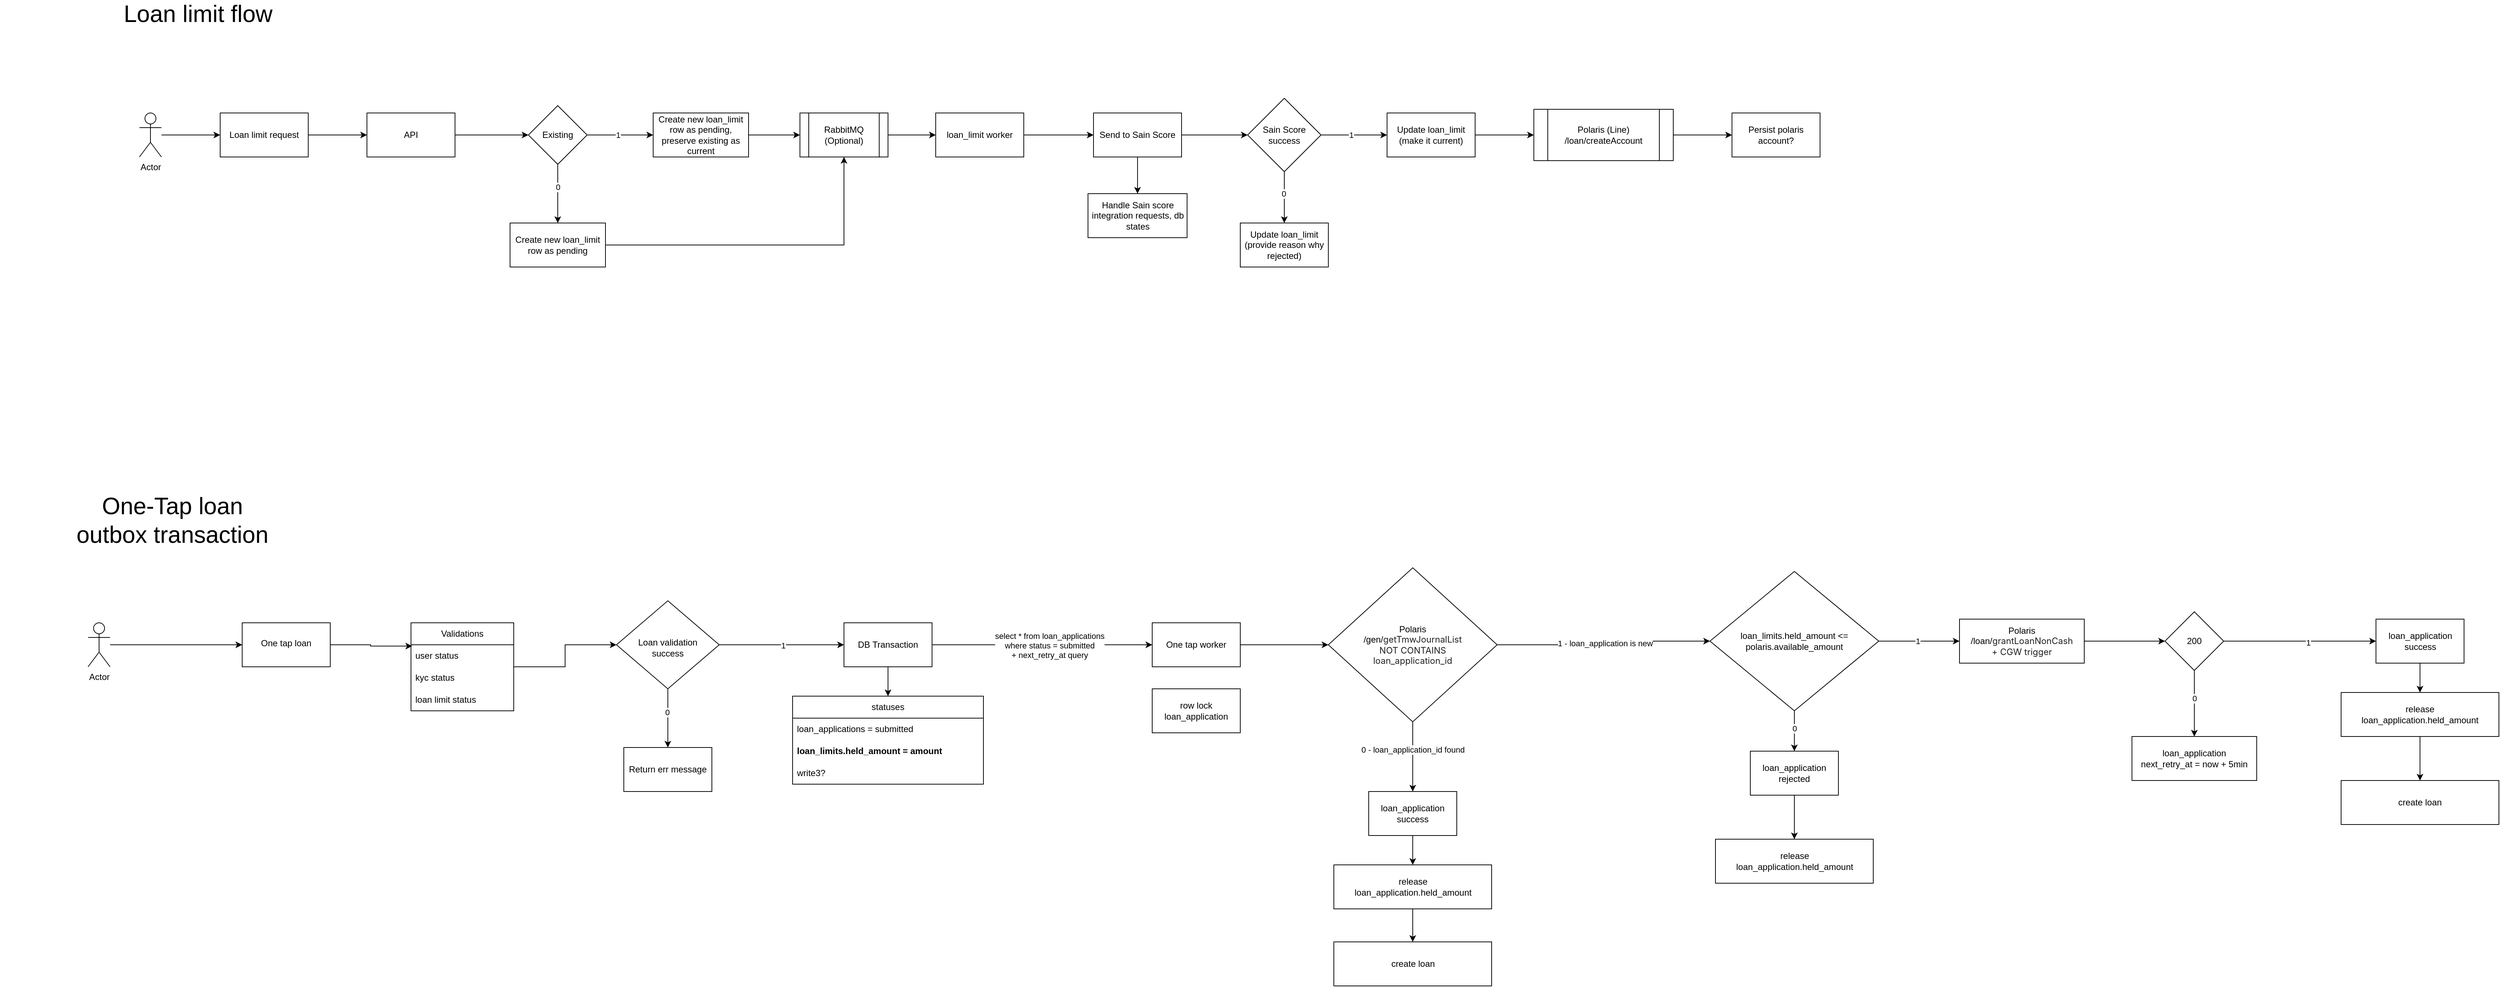
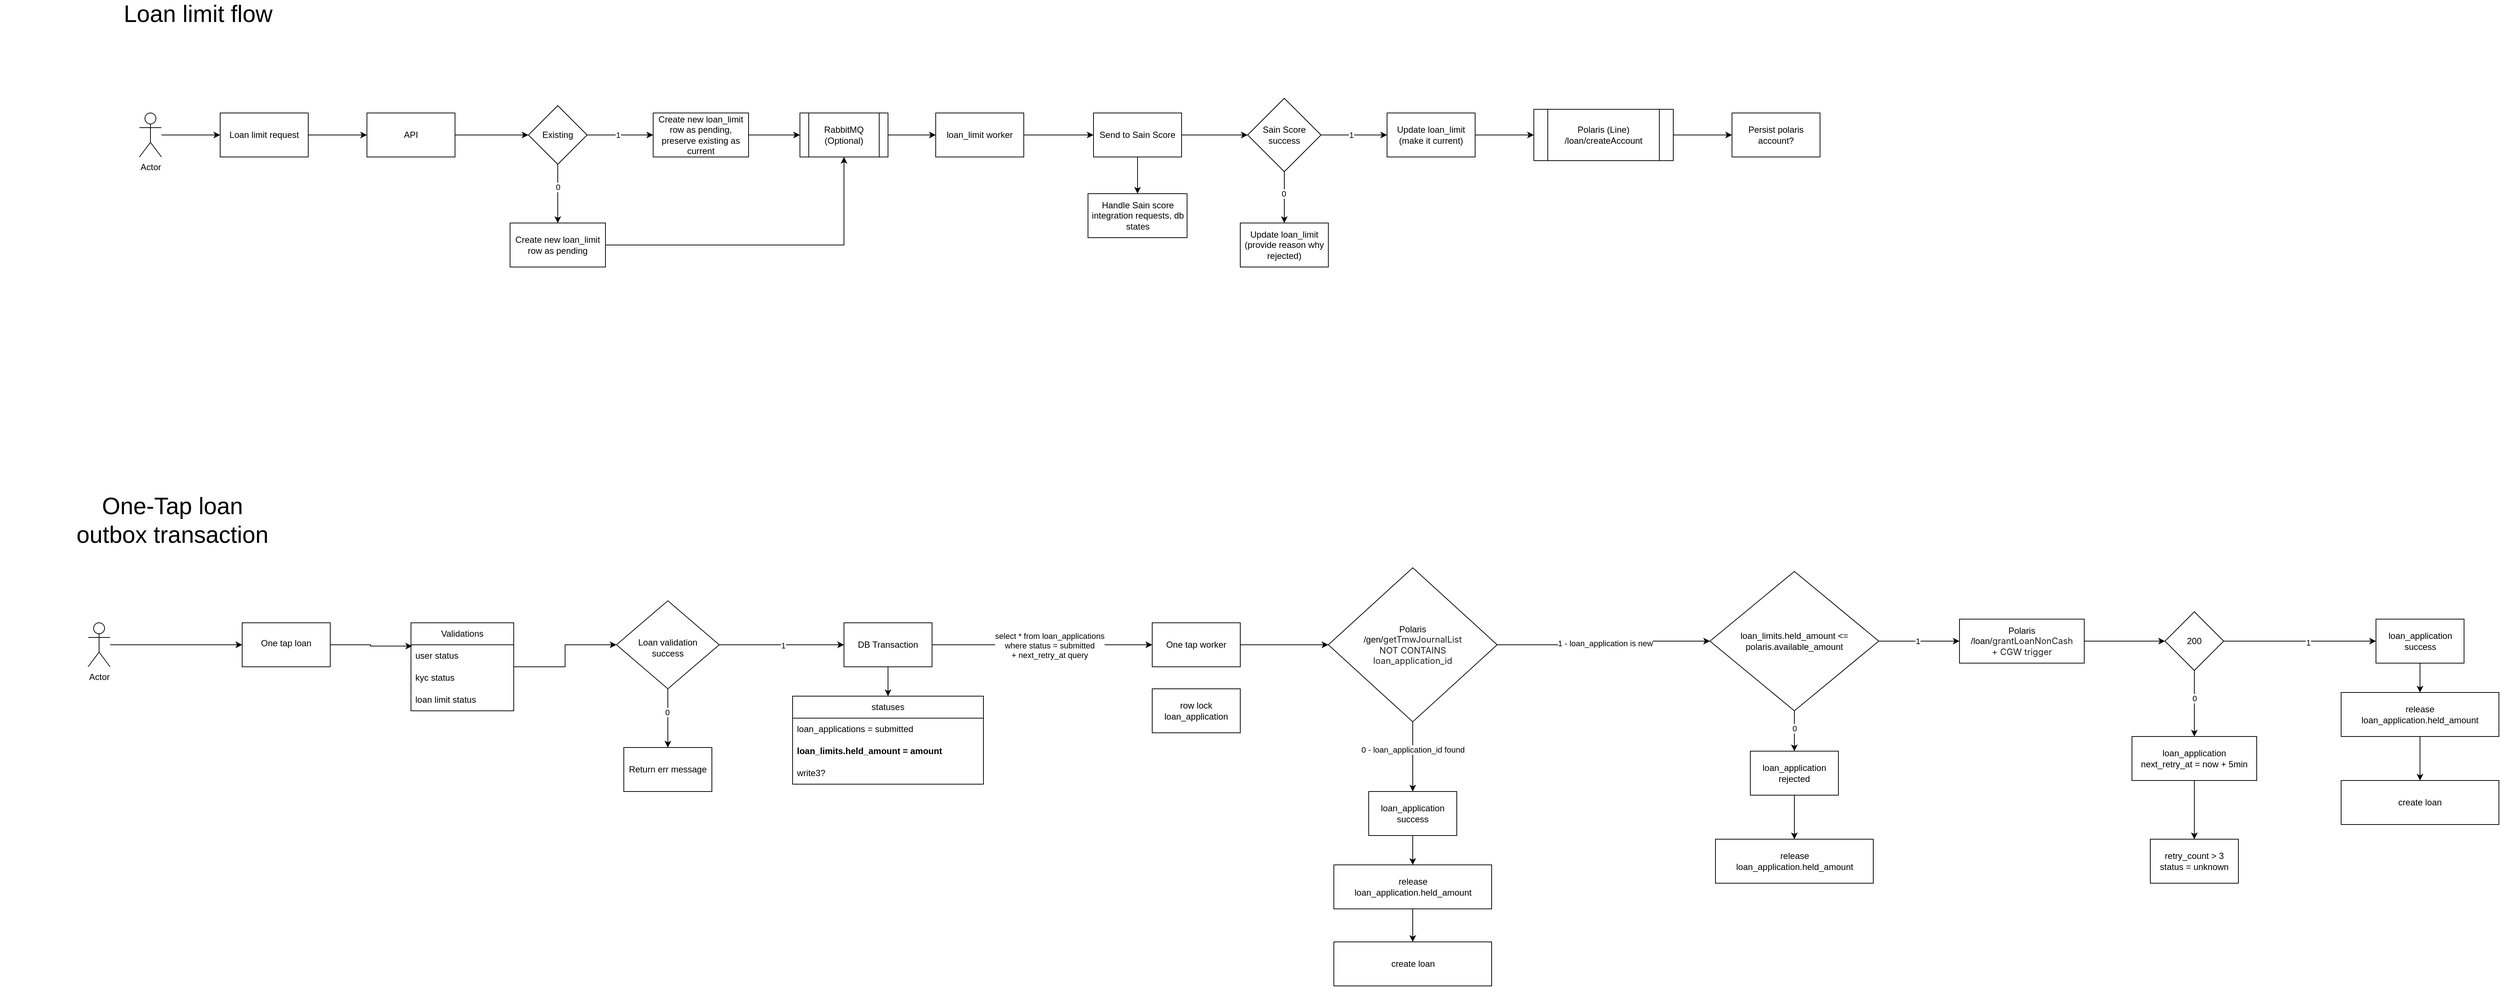
<mxfile host="app.diagrams.net">
  <diagram name="Page-1" id="VCBSuIh8bz7kurrQ0Zaz">
    <mxGraphModel dx="2425" dy="921" grid="1" gridSize="10" guides="1" tooltips="1" connect="1" arrows="1" fold="1" page="1" pageScale="1" pageWidth="850" pageHeight="1100" math="0" shadow="0">
      <root>
        <mxCell id="0" />
        <mxCell id="1" parent="0" />
        <mxCell id="KqixbsF9o6dLofBvsG9t-5" edge="1" parent="1" source="KqixbsF9o6dLofBvsG9t-1" style="edgeStyle=orthogonalEdgeStyle;rounded=0;orthogonalLoop=1;jettySize=auto;html=1;" target="KqixbsF9o6dLofBvsG9t-4" value="">
          <mxGeometry relative="1" as="geometry" />
        </mxCell>
        <mxCell id="KqixbsF9o6dLofBvsG9t-1" parent="1" style="rounded=0;whiteSpace=wrap;html=1;" value="Loan limit request" vertex="1">
          <mxGeometry height="60" width="120" x="150" y="210" as="geometry" />
        </mxCell>
        <mxCell id="KqixbsF9o6dLofBvsG9t-3" edge="1" parent="1" source="KqixbsF9o6dLofBvsG9t-2" style="edgeStyle=orthogonalEdgeStyle;rounded=0;orthogonalLoop=1;jettySize=auto;html=1;" target="KqixbsF9o6dLofBvsG9t-1" value="">
          <mxGeometry relative="1" as="geometry" />
        </mxCell>
        <mxCell id="KqixbsF9o6dLofBvsG9t-2" parent="1" style="shape=umlActor;verticalLabelPosition=bottom;verticalAlign=top;html=1;outlineConnect=0;" value="Actor" vertex="1">
          <mxGeometry height="60" width="30" x="40" y="210" as="geometry" />
        </mxCell>
        <mxCell id="KqixbsF9o6dLofBvsG9t-9" edge="1" parent="1" source="KqixbsF9o6dLofBvsG9t-4" style="edgeStyle=orthogonalEdgeStyle;rounded=0;orthogonalLoop=1;jettySize=auto;html=1;" target="KqixbsF9o6dLofBvsG9t-8" value="">
          <mxGeometry relative="1" as="geometry" />
        </mxCell>
        <mxCell id="KqixbsF9o6dLofBvsG9t-4" parent="1" style="rounded=0;whiteSpace=wrap;html=1;" value="API" vertex="1">
          <mxGeometry height="60" width="120" x="350" y="210" as="geometry" />
        </mxCell>
        <mxCell id="KqixbsF9o6dLofBvsG9t-11" edge="1" parent="1" source="KqixbsF9o6dLofBvsG9t-8" style="edgeStyle=orthogonalEdgeStyle;rounded=0;orthogonalLoop=1;jettySize=auto;html=1;" target="KqixbsF9o6dLofBvsG9t-10" value="">
          <mxGeometry relative="1" as="geometry" />
        </mxCell>
        <mxCell id="KqixbsF9o6dLofBvsG9t-12" connectable="0" parent="KqixbsF9o6dLofBvsG9t-11" style="edgeLabel;html=1;align=center;verticalAlign=middle;resizable=0;points=[];" value="1" vertex="1">
          <mxGeometry relative="1" x="-0.079" as="geometry">
            <mxPoint as="offset" />
          </mxGeometry>
        </mxCell>
        <mxCell id="KqixbsF9o6dLofBvsG9t-14" edge="1" parent="1" source="KqixbsF9o6dLofBvsG9t-8" style="edgeStyle=orthogonalEdgeStyle;rounded=0;orthogonalLoop=1;jettySize=auto;html=1;" target="KqixbsF9o6dLofBvsG9t-13" value="">
          <mxGeometry relative="1" as="geometry" />
        </mxCell>
        <mxCell id="KqixbsF9o6dLofBvsG9t-15" connectable="0" parent="KqixbsF9o6dLofBvsG9t-14" style="edgeLabel;html=1;align=center;verticalAlign=middle;resizable=0;points=[];" value="0" vertex="1">
          <mxGeometry relative="1" x="-0.2407" as="geometry">
            <mxPoint as="offset" />
          </mxGeometry>
        </mxCell>
        <mxCell id="KqixbsF9o6dLofBvsG9t-8" parent="1" style="rhombus;whiteSpace=wrap;html=1;rounded=0;" value="Existing" vertex="1">
          <mxGeometry height="80" width="80" x="570" y="200" as="geometry" />
        </mxCell>
        <mxCell id="KqixbsF9o6dLofBvsG9t-23" edge="1" parent="1" source="KqixbsF9o6dLofBvsG9t-10" style="edgeStyle=orthogonalEdgeStyle;rounded=0;orthogonalLoop=1;jettySize=auto;html=1;" target="KqixbsF9o6dLofBvsG9t-22" value="">
          <mxGeometry relative="1" as="geometry" />
        </mxCell>
        <mxCell id="KqixbsF9o6dLofBvsG9t-10" parent="1" style="whiteSpace=wrap;html=1;rounded=0;" value="Create new loan_limit row as pending, preserve existing as current" vertex="1">
          <mxGeometry height="60" width="130" x="740" y="210" as="geometry" />
        </mxCell>
        <mxCell id="KqixbsF9o6dLofBvsG9t-26" edge="1" parent="1" source="KqixbsF9o6dLofBvsG9t-13" style="edgeStyle=orthogonalEdgeStyle;rounded=0;orthogonalLoop=1;jettySize=auto;html=1;entryX=0.5;entryY=1;entryDx=0;entryDy=0;" target="KqixbsF9o6dLofBvsG9t-22">
          <mxGeometry relative="1" as="geometry" />
        </mxCell>
        <mxCell id="KqixbsF9o6dLofBvsG9t-13" parent="1" style="whiteSpace=wrap;html=1;rounded=0;" value="Create new loan_limit row as pending" vertex="1">
          <mxGeometry height="60" width="130" x="545" y="360" as="geometry" />
        </mxCell>
        <mxCell id="KqixbsF9o6dLofBvsG9t-25" edge="1" parent="1" source="KqixbsF9o6dLofBvsG9t-22" style="edgeStyle=orthogonalEdgeStyle;rounded=0;orthogonalLoop=1;jettySize=auto;html=1;" target="KqixbsF9o6dLofBvsG9t-24" value="">
          <mxGeometry relative="1" as="geometry" />
        </mxCell>
        <mxCell id="KqixbsF9o6dLofBvsG9t-22" parent="1" style="shape=process;whiteSpace=wrap;html=1;backgroundOutline=1;rounded=0;" value="RabbitMQ (Optional)" vertex="1">
          <mxGeometry height="60" width="120" x="940" y="210" as="geometry" />
        </mxCell>
        <mxCell id="KqixbsF9o6dLofBvsG9t-28" edge="1" parent="1" source="KqixbsF9o6dLofBvsG9t-24" style="edgeStyle=orthogonalEdgeStyle;rounded=0;orthogonalLoop=1;jettySize=auto;html=1;" target="KqixbsF9o6dLofBvsG9t-27" value="">
          <mxGeometry relative="1" as="geometry" />
        </mxCell>
        <mxCell id="KqixbsF9o6dLofBvsG9t-24" parent="1" style="whiteSpace=wrap;html=1;rounded=0;" value="loan_limit worker" vertex="1">
          <mxGeometry height="60" width="120" x="1125" y="210" as="geometry" />
        </mxCell>
        <mxCell id="KqixbsF9o6dLofBvsG9t-30" edge="1" parent="1" source="KqixbsF9o6dLofBvsG9t-27" style="edgeStyle=orthogonalEdgeStyle;rounded=0;orthogonalLoop=1;jettySize=auto;html=1;" target="KqixbsF9o6dLofBvsG9t-29" value="">
          <mxGeometry relative="1" as="geometry" />
        </mxCell>
        <mxCell id="KqixbsF9o6dLofBvsG9t-38" edge="1" parent="1" source="KqixbsF9o6dLofBvsG9t-27" style="edgeStyle=orthogonalEdgeStyle;rounded=0;orthogonalLoop=1;jettySize=auto;html=1;" target="KqixbsF9o6dLofBvsG9t-37" value="">
          <mxGeometry relative="1" as="geometry" />
        </mxCell>
        <mxCell id="KqixbsF9o6dLofBvsG9t-27" parent="1" style="whiteSpace=wrap;html=1;rounded=0;" value="Send to Sain Score" vertex="1">
          <mxGeometry height="60" width="120" x="1340" y="210" as="geometry" />
        </mxCell>
        <mxCell id="KqixbsF9o6dLofBvsG9t-32" edge="1" parent="1" source="KqixbsF9o6dLofBvsG9t-29" style="edgeStyle=orthogonalEdgeStyle;rounded=0;orthogonalLoop=1;jettySize=auto;html=1;" target="KqixbsF9o6dLofBvsG9t-31" value="">
          <mxGeometry relative="1" as="geometry" />
        </mxCell>
        <mxCell id="KqixbsF9o6dLofBvsG9t-33" connectable="0" parent="KqixbsF9o6dLofBvsG9t-32" style="edgeLabel;html=1;align=center;verticalAlign=middle;resizable=0;points=[];" value="1" vertex="1">
          <mxGeometry relative="1" x="-0.1048" as="geometry">
            <mxPoint as="offset" />
          </mxGeometry>
        </mxCell>
        <mxCell id="KqixbsF9o6dLofBvsG9t-35" edge="1" parent="1" source="KqixbsF9o6dLofBvsG9t-29" style="edgeStyle=orthogonalEdgeStyle;rounded=0;orthogonalLoop=1;jettySize=auto;html=1;" target="KqixbsF9o6dLofBvsG9t-34" value="">
          <mxGeometry relative="1" as="geometry" />
        </mxCell>
        <mxCell id="KqixbsF9o6dLofBvsG9t-36" connectable="0" parent="KqixbsF9o6dLofBvsG9t-35" style="edgeLabel;html=1;align=center;verticalAlign=middle;resizable=0;points=[];" value="0" vertex="1">
          <mxGeometry relative="1" x="-0.1429" y="-1" as="geometry">
            <mxPoint as="offset" />
          </mxGeometry>
        </mxCell>
        <mxCell id="KqixbsF9o6dLofBvsG9t-29" parent="1" style="rhombus;whiteSpace=wrap;html=1;rounded=0;" value="Sain Score success" vertex="1">
          <mxGeometry height="100" width="100" x="1550" y="190" as="geometry" />
        </mxCell>
        <mxCell id="KqixbsF9o6dLofBvsG9t-66" edge="1" parent="1" source="KqixbsF9o6dLofBvsG9t-31" style="edgeStyle=orthogonalEdgeStyle;rounded=0;orthogonalLoop=1;jettySize=auto;html=1;" target="KqixbsF9o6dLofBvsG9t-65" value="">
          <mxGeometry relative="1" as="geometry" />
        </mxCell>
        <mxCell id="KqixbsF9o6dLofBvsG9t-31" parent="1" style="whiteSpace=wrap;html=1;rounded=0;" value="Update loan_limit (make it current)" vertex="1">
          <mxGeometry height="60" width="120" x="1740" y="210" as="geometry" />
        </mxCell>
        <mxCell id="KqixbsF9o6dLofBvsG9t-34" parent="1" style="whiteSpace=wrap;html=1;rounded=0;" value="Update loan_limit&lt;br&gt;(provide reason why rejected)" vertex="1">
          <mxGeometry height="60" width="120" x="1540" y="360" as="geometry" />
        </mxCell>
        <mxCell id="KqixbsF9o6dLofBvsG9t-37" parent="1" style="whiteSpace=wrap;html=1;rounded=0;" value="Handle Sain score integration requests, db states" vertex="1">
          <mxGeometry height="60" width="135" x="1332.5" y="320" as="geometry" />
        </mxCell>
        <mxCell id="KqixbsF9o6dLofBvsG9t-40" parent="1" style="text;html=1;whiteSpace=wrap;strokeColor=none;fillColor=none;align=center;verticalAlign=middle;rounded=0;fontSize=32;" value="Loan limit flow" vertex="1">
          <mxGeometry height="30" width="260" x="-10" y="60" as="geometry" />
        </mxCell>
        <mxCell id="KqixbsF9o6dLofBvsG9t-74" edge="1" parent="1" source="KqixbsF9o6dLofBvsG9t-65" style="edgeStyle=orthogonalEdgeStyle;rounded=0;orthogonalLoop=1;jettySize=auto;html=1;" target="KqixbsF9o6dLofBvsG9t-73" value="">
          <mxGeometry relative="1" as="geometry" />
        </mxCell>
        <mxCell id="KqixbsF9o6dLofBvsG9t-65" parent="1" style="shape=process;whiteSpace=wrap;html=1;backgroundOutline=1;rounded=0;" value="Polaris (Line)&lt;br&gt;/loan/createAccount" vertex="1">
          <mxGeometry height="70" width="190" x="1940" y="205" as="geometry" />
        </mxCell>
        <mxCell id="KqixbsF9o6dLofBvsG9t-73" parent="1" style="whiteSpace=wrap;html=1;rounded=0;" value="Persist polaris account?" vertex="1">
          <mxGeometry height="60" width="120" x="2210" y="210" as="geometry" />
        </mxCell>
        <mxCell id="U8Ajh8Gpa-m2DNKNFQys-1" parent="1" style="text;html=1;whiteSpace=wrap;strokeColor=none;fillColor=none;align=center;verticalAlign=middle;rounded=0;fontSize=32;" value="One-Tap loan&lt;br&gt;outbox transaction" vertex="1">
          <mxGeometry height="30" width="470" x="-150" y="750" as="geometry" />
        </mxCell>
        <mxCell id="In8fDh9ZLN2M87an2Miy-1" edge="1" parent="1" source="In8fDh9ZLN2M87an2Miy-2" style="edgeStyle=orthogonalEdgeStyle;rounded=0;orthogonalLoop=1;jettySize=auto;html=1;" target="In8fDh9ZLN2M87an2Miy-4" value="">
          <mxGeometry relative="1" as="geometry" />
        </mxCell>
        <mxCell id="In8fDh9ZLN2M87an2Miy-2" parent="1" style="shape=umlActor;verticalLabelPosition=bottom;verticalAlign=top;html=1;outlineConnect=0;" value="Actor" vertex="1">
          <mxGeometry height="60" width="30" x="-30" y="905" as="geometry" />
        </mxCell>
        <mxCell id="In8fDh9ZLN2M87an2Miy-3" edge="1" parent="1" source="In8fDh9ZLN2M87an2Miy-4" style="edgeStyle=orthogonalEdgeStyle;rounded=0;orthogonalLoop=1;jettySize=auto;html=1;entryX=0.011;entryY=0.06;entryDx=0;entryDy=0;entryPerimeter=0;" target="In8fDh9ZLN2M87an2Miy-28" value="">
          <mxGeometry relative="1" as="geometry">
            <mxPoint x="390" y="935" as="targetPoint" />
          </mxGeometry>
        </mxCell>
        <mxCell id="In8fDh9ZLN2M87an2Miy-4" parent="1" style="whiteSpace=wrap;html=1;verticalAlign=top;" value="&lt;div&gt;&lt;br&gt;&lt;/div&gt;&lt;div&gt;One tap loan&lt;/div&gt;" vertex="1">
          <mxGeometry height="60" width="120" x="180" y="905" as="geometry" />
        </mxCell>
        <mxCell id="In8fDh9ZLN2M87an2Miy-5" edge="1" parent="1" source="In8fDh9ZLN2M87an2Miy-9" style="edgeStyle=orthogonalEdgeStyle;rounded=0;orthogonalLoop=1;jettySize=auto;html=1;" target="In8fDh9ZLN2M87an2Miy-12" value="">
          <mxGeometry relative="1" as="geometry" />
        </mxCell>
        <mxCell id="In8fDh9ZLN2M87an2Miy-6" connectable="0" parent="In8fDh9ZLN2M87an2Miy-5" style="edgeLabel;html=1;align=center;verticalAlign=middle;resizable=0;points=[];" value="1" vertex="1">
          <mxGeometry relative="1" x="0.0162" y="-1" as="geometry">
            <mxPoint as="offset" />
          </mxGeometry>
        </mxCell>
        <mxCell id="In8fDh9ZLN2M87an2Miy-7" edge="1" parent="1" source="In8fDh9ZLN2M87an2Miy-9" style="edgeStyle=orthogonalEdgeStyle;rounded=0;orthogonalLoop=1;jettySize=auto;html=1;" target="In8fDh9ZLN2M87an2Miy-13" value="">
          <mxGeometry relative="1" as="geometry" />
        </mxCell>
        <mxCell id="In8fDh9ZLN2M87an2Miy-8" connectable="0" parent="In8fDh9ZLN2M87an2Miy-7" style="edgeLabel;html=1;align=center;verticalAlign=middle;resizable=0;points=[];" value="0" vertex="1">
          <mxGeometry relative="1" x="-0.2091" y="-1" as="geometry">
            <mxPoint as="offset" />
          </mxGeometry>
        </mxCell>
        <mxCell id="In8fDh9ZLN2M87an2Miy-9" parent="1" style="rhombus;whiteSpace=wrap;html=1;verticalAlign=top;" value="&lt;br&gt;&lt;br&gt;&lt;div&gt;&lt;br&gt;&lt;/div&gt;&lt;div&gt;Loan validation&lt;br&gt;success&lt;/div&gt;" vertex="1">
          <mxGeometry height="120" width="140" x="690" y="875" as="geometry" />
        </mxCell>
        <mxCell id="In8fDh9ZLN2M87an2Miy-10" edge="1" parent="1" source="In8fDh9ZLN2M87an2Miy-12" style="edgeStyle=orthogonalEdgeStyle;rounded=0;orthogonalLoop=1;jettySize=auto;html=1;entryX=0.5;entryY=0;entryDx=0;entryDy=0;" target="In8fDh9ZLN2M87an2Miy-14">
          <mxGeometry relative="1" as="geometry" />
        </mxCell>
        <mxCell id="In8fDh9ZLN2M87an2Miy-54" edge="1" parent="1" source="In8fDh9ZLN2M87an2Miy-12" style="edgeStyle=orthogonalEdgeStyle;rounded=0;orthogonalLoop=1;jettySize=auto;html=1;" target="In8fDh9ZLN2M87an2Miy-53" value="">
          <mxGeometry relative="1" as="geometry" />
        </mxCell>
        <mxCell id="In8fDh9ZLN2M87an2Miy-55" connectable="0" parent="In8fDh9ZLN2M87an2Miy-54" style="edgeLabel;html=1;align=center;verticalAlign=middle;resizable=0;points=[];" value="select * from loan_applications&lt;br&gt;where status = submitted&lt;br&gt;+ next_retry_at query" vertex="1">
          <mxGeometry relative="1" x="0.0637" y="-1" as="geometry">
            <mxPoint as="offset" />
          </mxGeometry>
        </mxCell>
        <mxCell id="In8fDh9ZLN2M87an2Miy-12" parent="1" style="whiteSpace=wrap;html=1;verticalAlign=middle;" value="DB Transaction" vertex="1">
          <mxGeometry height="60" width="120" x="1000" y="905" as="geometry" />
        </mxCell>
        <mxCell id="In8fDh9ZLN2M87an2Miy-13" parent="1" style="whiteSpace=wrap;html=1;verticalAlign=middle;" value="Return err message" vertex="1">
          <mxGeometry height="60" width="120" x="700" y="1075" as="geometry" />
        </mxCell>
        <mxCell id="In8fDh9ZLN2M87an2Miy-14" parent="1" style="swimlane;fontStyle=0;childLayout=stackLayout;horizontal=1;startSize=30;horizontalStack=0;resizeParent=1;resizeParentMax=0;resizeLast=0;collapsible=1;marginBottom=0;whiteSpace=wrap;html=1;" value="statuses" vertex="1">
          <mxGeometry height="120" width="260" x="930" y="1005" as="geometry" />
        </mxCell>
        <mxCell id="In8fDh9ZLN2M87an2Miy-15" parent="In8fDh9ZLN2M87an2Miy-14" style="text;strokeColor=none;fillColor=none;align=left;verticalAlign=middle;spacingLeft=4;spacingRight=4;overflow=hidden;points=[[0,0.5],[1,0.5]];portConstraint=eastwest;rotatable=0;whiteSpace=wrap;html=1;" value="loan_applications = submitted" vertex="1">
          <mxGeometry height="30" width="260" y="30" as="geometry" />
        </mxCell>
        <mxCell id="In8fDh9ZLN2M87an2Miy-16" parent="In8fDh9ZLN2M87an2Miy-14" style="text;strokeColor=none;fillColor=none;align=left;verticalAlign=middle;spacingLeft=4;spacingRight=4;overflow=hidden;points=[[0,0.5],[1,0.5]];portConstraint=eastwest;rotatable=0;whiteSpace=wrap;html=1;fontStyle=1" value="loan_limits.held_amount = amount" vertex="1">
          <mxGeometry height="30" width="260" y="60" as="geometry" />
        </mxCell>
        <mxCell id="In8fDh9ZLN2M87an2Miy-17" parent="In8fDh9ZLN2M87an2Miy-14" style="text;strokeColor=none;fillColor=none;align=left;verticalAlign=middle;spacingLeft=4;spacingRight=4;overflow=hidden;points=[[0,0.5],[1,0.5]];portConstraint=eastwest;rotatable=0;whiteSpace=wrap;html=1;" value="write3?" vertex="1">
          <mxGeometry height="30" width="260" y="90" as="geometry" />
        </mxCell>
        <mxCell id="In8fDh9ZLN2M87an2Miy-32" edge="1" parent="1" source="In8fDh9ZLN2M87an2Miy-27" style="edgeStyle=orthogonalEdgeStyle;rounded=0;orthogonalLoop=1;jettySize=auto;html=1;entryX=0;entryY=0.5;entryDx=0;entryDy=0;" target="In8fDh9ZLN2M87an2Miy-9">
          <mxGeometry relative="1" as="geometry" />
        </mxCell>
        <mxCell id="In8fDh9ZLN2M87an2Miy-27" parent="1" style="swimlane;fontStyle=0;childLayout=stackLayout;horizontal=1;startSize=30;horizontalStack=0;resizeParent=1;resizeParentMax=0;resizeLast=0;collapsible=1;marginBottom=0;whiteSpace=wrap;html=1;" value="Validations" vertex="1">
          <mxGeometry height="120" width="140" x="410" y="905" as="geometry" />
        </mxCell>
        <mxCell id="In8fDh9ZLN2M87an2Miy-28" parent="In8fDh9ZLN2M87an2Miy-27" style="text;strokeColor=none;fillColor=none;align=left;verticalAlign=middle;spacingLeft=4;spacingRight=4;overflow=hidden;points=[[0,0.5],[1,0.5]];portConstraint=eastwest;rotatable=0;whiteSpace=wrap;html=1;" value="user status" vertex="1">
          <mxGeometry height="30" width="140" y="30" as="geometry" />
        </mxCell>
        <mxCell id="In8fDh9ZLN2M87an2Miy-29" parent="In8fDh9ZLN2M87an2Miy-27" style="text;strokeColor=none;fillColor=none;align=left;verticalAlign=middle;spacingLeft=4;spacingRight=4;overflow=hidden;points=[[0,0.5],[1,0.5]];portConstraint=eastwest;rotatable=0;whiteSpace=wrap;html=1;" value="kyc status" vertex="1">
          <mxGeometry height="30" width="140" y="60" as="geometry" />
        </mxCell>
        <mxCell id="In8fDh9ZLN2M87an2Miy-33" parent="In8fDh9ZLN2M87an2Miy-27" style="text;strokeColor=none;fillColor=none;align=left;verticalAlign=middle;spacingLeft=4;spacingRight=4;overflow=hidden;points=[[0,0.5],[1,0.5]];portConstraint=eastwest;rotatable=0;whiteSpace=wrap;html=1;" value="loan limit status" vertex="1">
          <mxGeometry height="30" width="140" y="90" as="geometry" />
        </mxCell>
        <mxCell id="In8fDh9ZLN2M87an2Miy-70" edge="1" parent="1" source="In8fDh9ZLN2M87an2Miy-53" style="edgeStyle=orthogonalEdgeStyle;rounded=0;orthogonalLoop=1;jettySize=auto;html=1;entryX=0;entryY=0.5;entryDx=0;entryDy=0;" target="In8fDh9ZLN2M87an2Miy-69">
          <mxGeometry relative="1" as="geometry" />
        </mxCell>
        <mxCell id="In8fDh9ZLN2M87an2Miy-53" parent="1" style="whiteSpace=wrap;html=1;" value="One tap worker" vertex="1">
          <mxGeometry height="60" width="120" x="1420" y="905" as="geometry" />
        </mxCell>
        <mxCell id="In8fDh9ZLN2M87an2Miy-67" edge="1" parent="1" source="In8fDh9ZLN2M87an2Miy-58" style="edgeStyle=orthogonalEdgeStyle;rounded=0;orthogonalLoop=1;jettySize=auto;html=1;entryX=0;entryY=0.5;entryDx=0;entryDy=0;" target="In8fDh9ZLN2M87an2Miy-66" value="">
          <mxGeometry relative="1" as="geometry">
            <mxPoint x="2815" y="930" as="targetPoint" />
          </mxGeometry>
        </mxCell>
        <mxCell id="In8fDh9ZLN2M87an2Miy-58" parent="1" style="whiteSpace=wrap;html=1;" value="Polaris /loan/&lt;span style=&quot;color: rgb(33, 33, 33); font-family: Inter, system-ui, -apple-system, &amp;quot;system-ui&amp;quot;, &amp;quot;Segoe UI&amp;quot;, Roboto, Oxygen, Ubuntu, Cantarell, &amp;quot;Fira Sans&amp;quot;, &amp;quot;Droid Sans&amp;quot;, Helvetica, Arial, sans-serif; text-align: left; white-space: pre-wrap; background-color: rgb(255, 255, 255);&quot;&gt;grantLoanNonCash&lt;br/&gt;+ CGW trigger&lt;/span&gt;" vertex="1">
          <mxGeometry height="60" width="170" x="2520" y="900" as="geometry" />
        </mxCell>
        <mxCell id="In8fDh9ZLN2M87an2Miy-62" edge="1" parent="1" source="In8fDh9ZLN2M87an2Miy-59" style="edgeStyle=orthogonalEdgeStyle;rounded=0;orthogonalLoop=1;jettySize=auto;html=1;" target="In8fDh9ZLN2M87an2Miy-61" value="">
          <mxGeometry relative="1" as="geometry" />
        </mxCell>
        <mxCell id="In8fDh9ZLN2M87an2Miy-91" connectable="0" parent="In8fDh9ZLN2M87an2Miy-62" style="edgeLabel;html=1;align=center;verticalAlign=middle;resizable=0;points=[];" value="0" vertex="1">
          <mxGeometry relative="1" x="-0.1431" as="geometry">
            <mxPoint as="offset" />
          </mxGeometry>
        </mxCell>
        <mxCell id="In8fDh9ZLN2M87an2Miy-65" edge="1" parent="1" source="In8fDh9ZLN2M87an2Miy-59" style="edgeStyle=orthogonalEdgeStyle;rounded=0;orthogonalLoop=1;jettySize=auto;html=1;" target="In8fDh9ZLN2M87an2Miy-58">
          <mxGeometry relative="1" as="geometry" />
        </mxCell>
        <mxCell id="In8fDh9ZLN2M87an2Miy-90" connectable="0" parent="In8fDh9ZLN2M87an2Miy-65" style="edgeLabel;html=1;align=center;verticalAlign=middle;resizable=0;points=[];" value="1" vertex="1">
          <mxGeometry relative="1" x="-0.0451" as="geometry">
            <mxPoint as="offset" />
          </mxGeometry>
        </mxCell>
        <mxCell id="In8fDh9ZLN2M87an2Miy-59" parent="1" style="rhombus;whiteSpace=wrap;html=1;" value="loan_limits.held_amount &amp;lt;= polaris.available_amount" vertex="1">
          <mxGeometry height="190" width="230" x="2180" y="835" as="geometry" />
        </mxCell>
        <mxCell id="In8fDh9ZLN2M87an2Miy-64" edge="1" parent="1" source="In8fDh9ZLN2M87an2Miy-61" style="edgeStyle=orthogonalEdgeStyle;rounded=0;orthogonalLoop=1;jettySize=auto;html=1;" target="In8fDh9ZLN2M87an2Miy-63" value="">
          <mxGeometry relative="1" as="geometry" />
        </mxCell>
        <mxCell id="In8fDh9ZLN2M87an2Miy-61" parent="1" style="whiteSpace=wrap;html=1;" value="loan_application&lt;br&gt;rejected" vertex="1">
          <mxGeometry height="60" width="120" x="2235" y="1080" as="geometry" />
        </mxCell>
        <mxCell id="In8fDh9ZLN2M87an2Miy-63" parent="1" style="whiteSpace=wrap;html=1;" value="release &lt;br&gt;loan_application.held_amount" vertex="1">
          <mxGeometry height="60" width="215" x="2187.5" y="1200" as="geometry" />
        </mxCell>
        <mxCell id="In8fDh9ZLN2M87an2Miy-81" edge="1" parent="1" source="In8fDh9ZLN2M87an2Miy-66" style="edgeStyle=orthogonalEdgeStyle;rounded=0;orthogonalLoop=1;jettySize=auto;html=1;entryX=0;entryY=0.5;entryDx=0;entryDy=0;" target="In8fDh9ZLN2M87an2Miy-79">
          <mxGeometry relative="1" as="geometry" />
        </mxCell>
        <mxCell id="In8fDh9ZLN2M87an2Miy-92" connectable="0" parent="In8fDh9ZLN2M87an2Miy-81" style="edgeLabel;html=1;align=center;verticalAlign=middle;resizable=0;points=[];" value="1" vertex="1">
          <mxGeometry relative="1" x="0.1055" y="-2" as="geometry">
            <mxPoint as="offset" />
          </mxGeometry>
        </mxCell>
        <mxCell id="In8fDh9ZLN2M87an2Miy-83" edge="1" parent="1" source="In8fDh9ZLN2M87an2Miy-66" style="edgeStyle=orthogonalEdgeStyle;rounded=0;orthogonalLoop=1;jettySize=auto;html=1;" target="In8fDh9ZLN2M87an2Miy-82" value="">
          <mxGeometry relative="1" as="geometry" />
        </mxCell>
        <mxCell id="In8fDh9ZLN2M87an2Miy-93" connectable="0" parent="In8fDh9ZLN2M87an2Miy-83" style="edgeLabel;html=1;align=center;verticalAlign=middle;resizable=0;points=[];" value="0" vertex="1">
          <mxGeometry relative="1" x="-0.1623" as="geometry">
            <mxPoint as="offset" />
          </mxGeometry>
        </mxCell>
        <mxCell id="In8fDh9ZLN2M87an2Miy-66" parent="1" style="rhombus;whiteSpace=wrap;html=1;" value="200" vertex="1">
          <mxGeometry height="80" width="80" x="2800" y="890" as="geometry" />
        </mxCell>
        <mxCell id="In8fDh9ZLN2M87an2Miy-68" parent="1" style="whiteSpace=wrap;html=1;" value="row lock&lt;br&gt;loan_application" vertex="1">
          <mxGeometry height="60" width="120" x="1420" y="995" as="geometry" />
        </mxCell>
        <mxCell id="In8fDh9ZLN2M87an2Miy-71" edge="1" parent="1" source="In8fDh9ZLN2M87an2Miy-69" style="edgeStyle=orthogonalEdgeStyle;rounded=0;orthogonalLoop=1;jettySize=auto;html=1;entryX=0;entryY=0.5;entryDx=0;entryDy=0;" target="In8fDh9ZLN2M87an2Miy-59">
          <mxGeometry relative="1" as="geometry" />
        </mxCell>
        <mxCell id="In8fDh9ZLN2M87an2Miy-77" connectable="0" parent="In8fDh9ZLN2M87an2Miy-71" style="edgeLabel;html=1;align=center;verticalAlign=middle;resizable=0;points=[];" value="1 - loan_application is new" vertex="1">
          <mxGeometry relative="1" x="0.0312" y="-3" as="geometry">
            <mxPoint as="offset" />
          </mxGeometry>
        </mxCell>
        <mxCell id="In8fDh9ZLN2M87an2Miy-73" edge="1" parent="1" source="In8fDh9ZLN2M87an2Miy-69" style="edgeStyle=orthogonalEdgeStyle;rounded=0;orthogonalLoop=1;jettySize=auto;html=1;" target="In8fDh9ZLN2M87an2Miy-72" value="">
          <mxGeometry relative="1" as="geometry" />
        </mxCell>
        <mxCell id="In8fDh9ZLN2M87an2Miy-74" connectable="0" parent="In8fDh9ZLN2M87an2Miy-73" style="edgeLabel;html=1;align=center;verticalAlign=middle;resizable=0;points=[];" value="0 - loan_application_id found" vertex="1">
          <mxGeometry relative="1" x="-0.1975" as="geometry">
            <mxPoint as="offset" />
          </mxGeometry>
        </mxCell>
        <mxCell id="In8fDh9ZLN2M87an2Miy-69" parent="1" style="rhombus;whiteSpace=wrap;html=1;" value="Polaris&lt;br&gt;/gen/&lt;span style=&quot;white-space: pre-wrap; color: rgb(33, 33, 33); font-family: Inter, system-ui, -apple-system, &amp;quot;system-ui&amp;quot;, &amp;quot;Segoe UI&amp;quot;, Roboto, Oxygen, Ubuntu, Cantarell, &amp;quot;Fira Sans&amp;quot;, &amp;quot;Droid Sans&amp;quot;, Helvetica, Arial, sans-serif; text-align: left; background-color: rgb(255, 255, 255);&quot;&gt;getTmwJournalList&lt;br&gt;NOT CONTAINS&lt;br&gt;loan_application_id&lt;/span&gt;" vertex="1">
          <mxGeometry height="210" width="230" x="1660" y="830" as="geometry" />
        </mxCell>
        <mxCell id="In8fDh9ZLN2M87an2Miy-76" edge="1" parent="1" source="In8fDh9ZLN2M87an2Miy-72" style="edgeStyle=orthogonalEdgeStyle;rounded=0;orthogonalLoop=1;jettySize=auto;html=1;" target="In8fDh9ZLN2M87an2Miy-75" value="">
          <mxGeometry relative="1" as="geometry" />
        </mxCell>
        <mxCell id="In8fDh9ZLN2M87an2Miy-72" parent="1" style="whiteSpace=wrap;html=1;" value="loan_application&lt;br&gt;success" vertex="1">
          <mxGeometry height="60" width="120" x="1715" y="1135" as="geometry" />
        </mxCell>
        <mxCell id="In8fDh9ZLN2M87an2Miy-85" edge="1" parent="1" source="In8fDh9ZLN2M87an2Miy-75" style="edgeStyle=orthogonalEdgeStyle;rounded=0;orthogonalLoop=1;jettySize=auto;html=1;" target="In8fDh9ZLN2M87an2Miy-84" value="">
          <mxGeometry relative="1" as="geometry" />
        </mxCell>
        <mxCell id="In8fDh9ZLN2M87an2Miy-75" parent="1" style="whiteSpace=wrap;html=1;" value="release &lt;br&gt;loan_application.held_amount" vertex="1">
          <mxGeometry height="60" width="215" x="1667.5" y="1235" as="geometry" />
        </mxCell>
        <mxCell id="In8fDh9ZLN2M87an2Miy-78" edge="1" parent="1" source="In8fDh9ZLN2M87an2Miy-79" style="edgeStyle=orthogonalEdgeStyle;rounded=0;orthogonalLoop=1;jettySize=auto;html=1;" target="In8fDh9ZLN2M87an2Miy-80" value="">
          <mxGeometry relative="1" as="geometry" />
        </mxCell>
        <mxCell id="In8fDh9ZLN2M87an2Miy-79" parent="1" style="whiteSpace=wrap;html=1;" value="loan_application&lt;br&gt;success" vertex="1">
          <mxGeometry height="60" width="120" x="3087.5" y="900" as="geometry" />
        </mxCell>
        <mxCell id="In8fDh9ZLN2M87an2Miy-89" edge="1" parent="1" source="In8fDh9ZLN2M87an2Miy-80" style="edgeStyle=orthogonalEdgeStyle;rounded=0;orthogonalLoop=1;jettySize=auto;html=1;" target="In8fDh9ZLN2M87an2Miy-88" value="">
          <mxGeometry relative="1" as="geometry" />
        </mxCell>
        <mxCell id="In8fDh9ZLN2M87an2Miy-80" parent="1" style="whiteSpace=wrap;html=1;" value="release &lt;br&gt;loan_application.held_amount" vertex="1">
          <mxGeometry height="60" width="215" x="3040" y="1000" as="geometry" />
        </mxCell>
+         <mxCell id="In8fDh9ZLN2M87an2Miy-95" edge="1" parent="1" source="In8fDh9ZLN2M87an2Miy-82" style="edgeStyle=orthogonalEdgeStyle;rounded=0;orthogonalLoop=1;jettySize=auto;html=1;" target="In8fDh9ZLN2M87an2Miy-94" value="">
+           <mxGeometry relative="1" as="geometry" />
+         </mxCell>
        <mxCell id="In8fDh9ZLN2M87an2Miy-82" parent="1" style="whiteSpace=wrap;html=1;" value="loan_application&lt;br&gt;next_retry_at = now + 5min" vertex="1">
          <mxGeometry height="60" width="170" x="2755" y="1060" as="geometry" />
        </mxCell>
        <mxCell id="In8fDh9ZLN2M87an2Miy-84" parent="1" style="whiteSpace=wrap;html=1;" value="create loan" vertex="1">
          <mxGeometry height="60" width="215" x="1667.5" y="1340" as="geometry" />
        </mxCell>
        <mxCell id="In8fDh9ZLN2M87an2Miy-88" parent="1" style="whiteSpace=wrap;html=1;" value="create loan" vertex="1">
          <mxGeometry height="60" width="215" x="3040" y="1120" as="geometry" />
+         </mxCell>
+         <mxCell id="In8fDh9ZLN2M87an2Miy-94" parent="1" style="whiteSpace=wrap;html=1;" value="retry_count &amp;gt; 3&lt;br&gt;status = unknown" vertex="1">
+           <mxGeometry height="60" width="120" x="2780" y="1200" as="geometry" />
        </mxCell>
      </root>
    </mxGraphModel>
  </diagram>
</mxfile>
